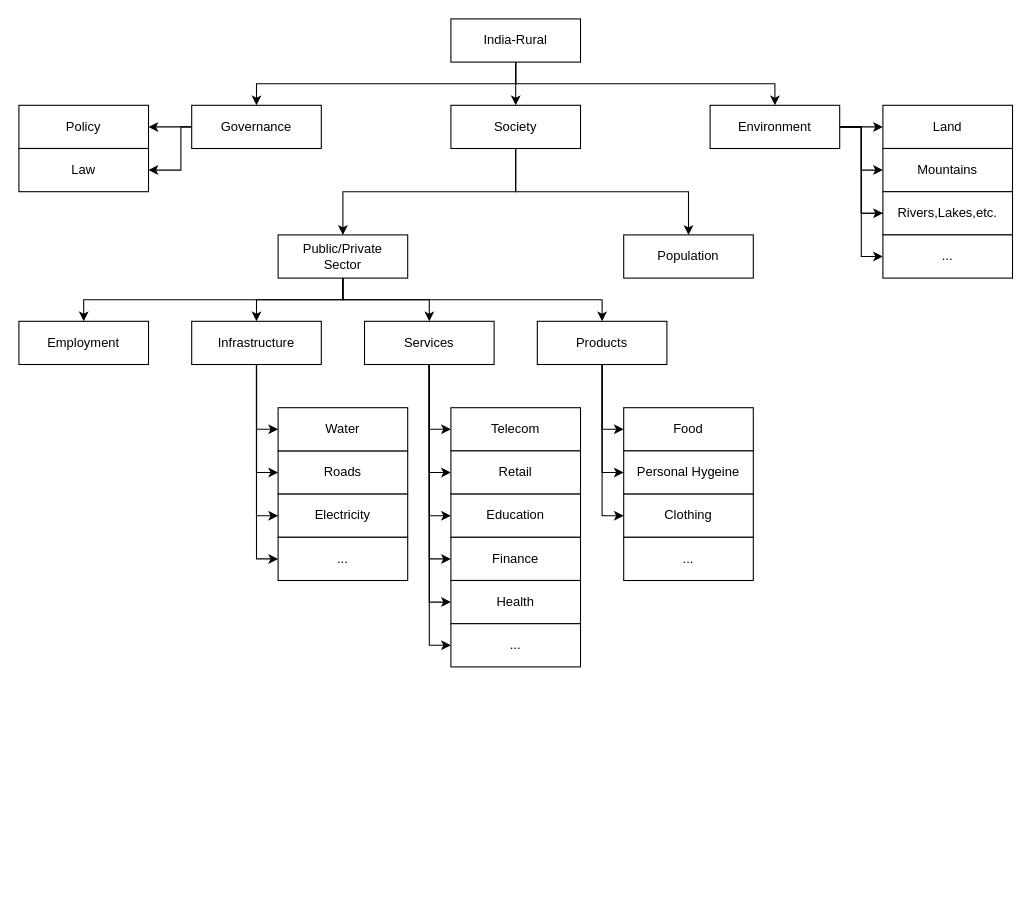
This is page "India-Rural" (3 of 8) of india-lab/india-lab-2021.drawio from akshitsingla/drawio-diagrams, a draw.io file, before an edit. Source tidied: cells renumbered, new cells numbered last; positions are measured from the earlier drawing's top-left corner, leaving out a move shared by most shapes. Both pictures are drawn from the tidied source at 108%, with x=0, y=0 at pixel (18, 18).
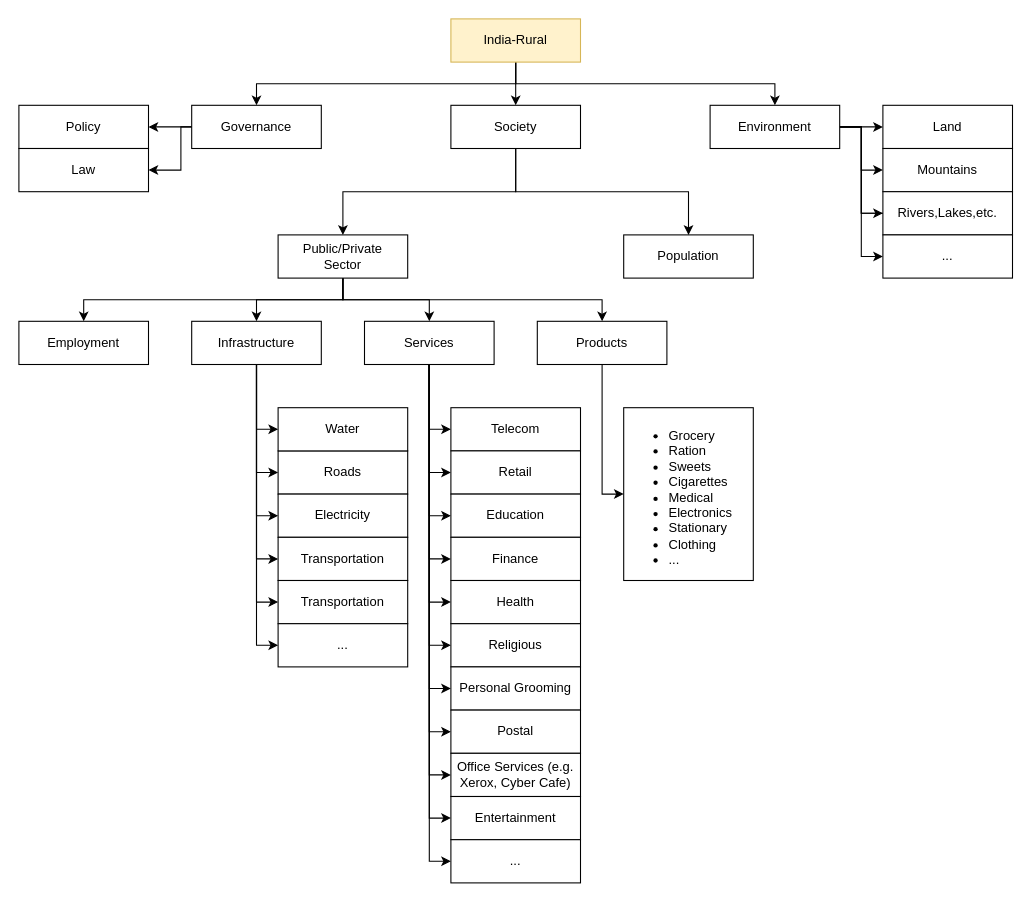
The same page after the edit.

Unchanged cells that the change refers to:
```xml
<mxCell id="34" value="Infrastructure" style="rounded=0;whiteSpace=wrap;html=1;" parent="1" vertex="1">
  <mxGeometry x="160" y="280" width="120" height="40" as="geometry" />
</mxCell>
<mxCell id="41" value="Products" style="rounded=0;whiteSpace=wrap;html=1;" parent="1" vertex="1">
  <mxGeometry x="480" y="280" width="120" height="40" as="geometry" />
</mxCell>
<mxCell id="48" value="Services" style="rounded=0;whiteSpace=wrap;html=1;" parent="1" vertex="1">
  <mxGeometry x="320" y="280" width="120" height="40" as="geometry" />
</mxCell>
```

Diff of the diagram source:
```diff
@@
-    <mxCell id="5" value="India-Rural" style="rounded=0;whiteSpace=wrap;html=1;" parent="1" vertex="1">
+    <mxCell id="5" value="India-Rural" style="rounded=0;whiteSpace=wrap;html=1;fillColor=#fff2cc;strokeColor=#d6b656;" parent="1" vertex="1">
       <mxGeometry x="400" width="120" height="40" as="geometry" />
     </mxCell>
@@
+    <mxCell id="61" style="edgeStyle=orthogonalEdgeStyle;rounded=0;jettySize=auto;html=1;entryX=0;entryY=0.5;entryDx=0;entryDy=0;endArrow=classic;endFill=1;fontColor=#000000;" parent="1" edge="1" source="34" target="72">
+      <mxGeometry relative="1" as="geometry" />
+    </mxCell>
+    <mxCell id="62" style="edgeStyle=orthogonalEdgeStyle;rounded=0;jettySize=auto;html=1;entryX=0;entryY=0.5;entryDx=0;entryDy=0;endArrow=classic;endFill=1;fontColor=#000000;" parent="1" edge="1" source="34" target="75">
+      <mxGeometry relative="1" as="geometry" />
+    </mxCell>
@@
-    <mxCell id="38" style="edgeStyle=orthogonalEdgeStyle;rounded=0;jettySize=auto;html=1;entryX=0;entryY=0.5;entryDx=0;entryDy=0;" parent="1" edge="1" source="41" target="58">
-      <mxGeometry relative="1" as="geometry" />
-    </mxCell>
-    <mxCell id="39" style="edgeStyle=orthogonalEdgeStyle;rounded=0;jettySize=auto;html=1;entryX=0;entryY=0.5;entryDx=0;entryDy=0;" parent="1" edge="1" source="41" target="57">
-      <mxGeometry relative="1" as="geometry" />
-    </mxCell>
-    <mxCell id="40" style="edgeStyle=orthogonalEdgeStyle;rounded=0;jettySize=auto;html=1;entryX=0;entryY=0.5;entryDx=0;entryDy=0;" parent="1" edge="1" source="41" target="56">
-      <mxGeometry relative="1" as="geometry" />
-    </mxCell>
+    <mxCell id="63" style="edgeStyle=orthogonalEdgeStyle;rounded=0;jettySize=auto;html=1;entryX=0;entryY=0.5;entryDx=0;entryDy=0;endArrow=classic;endFill=1;fontColor=#000000;" parent="1" edge="1" source="41" target="59">
+      <mxGeometry relative="1" as="geometry" />
+    </mxCell>
@@
+    <mxCell id="64" style="edgeStyle=orthogonalEdgeStyle;rounded=0;jettySize=auto;html=1;entryX=0;entryY=0.5;entryDx=0;entryDy=0;endArrow=classic;endFill=1;fontColor=#000000;" parent="1" edge="1" source="48" target="69">
+      <mxGeometry relative="1" as="geometry" />
+    </mxCell>
+    <mxCell id="65" style="edgeStyle=orthogonalEdgeStyle;rounded=0;jettySize=auto;html=1;entryX=0;entryY=0.5;entryDx=0;entryDy=0;endArrow=classic;endFill=1;fontColor=#000000;" parent="1" edge="1" source="48" target="70">
+      <mxGeometry relative="1" as="geometry" />
+    </mxCell>
+    <mxCell id="66" style="edgeStyle=orthogonalEdgeStyle;rounded=0;jettySize=auto;html=1;entryX=0;entryY=0.5;entryDx=0;entryDy=0;endArrow=classic;endFill=1;fontColor=#000000;" parent="1" edge="1" source="48" target="74">
+      <mxGeometry relative="1" as="geometry" />
+    </mxCell>
+    <mxCell id="67" style="edgeStyle=orthogonalEdgeStyle;rounded=0;jettySize=auto;html=1;entryX=0;entryY=0.5;entryDx=0;entryDy=0;endArrow=classic;endFill=1;fontColor=#000000;" parent="1" edge="1" source="48" target="73">
+      <mxGeometry relative="1" as="geometry" />
+    </mxCell>
+    <mxCell id="68" style="edgeStyle=orthogonalEdgeStyle;rounded=0;jettySize=auto;html=1;entryX=0;entryY=0.5;entryDx=0;entryDy=0;endArrow=classic;endFill=1;fontColor=#000000;" parent="1" edge="1" source="48" target="71">
+      <mxGeometry relative="1" as="geometry" />
+    </mxCell>
@@
-    <mxCell id="54" value="..." style="rounded=0;whiteSpace=wrap;html=1;" parent="1" vertex="1">
+    <mxCell id="54" value="Religious" style="rounded=0;whiteSpace=wrap;html=1;" parent="1" vertex="1">
       <mxGeometry x="400" y="560" width="120" height="40" as="geometry" />
     </mxCell>
-    <mxCell id="55" value="..." style="rounded=0;whiteSpace=wrap;html=1;" parent="1" vertex="1">
+    <mxCell id="55" value="Transportation" style="rounded=0;whiteSpace=wrap;html=1;" parent="1" vertex="1">
       <mxGeometry x="240" y="480" width="120" height="40" as="geometry" />
     </mxCell>
-    <mxCell id="56" value="Food" style="rounded=0;whiteSpace=wrap;html=1;" parent="1" vertex="1">
-      <mxGeometry x="560" y="360" width="120" height="40" as="geometry" />
-    </mxCell>
-    <mxCell id="57" value="Personal Hygeine" style="rounded=0;whiteSpace=wrap;html=1;" parent="1" vertex="1">
-      <mxGeometry x="560" y="400" width="120" height="40" as="geometry" />
-    </mxCell>
-    <mxCell id="58" value="Clothing" style="rounded=0;whiteSpace=wrap;html=1;" parent="1" vertex="1">
-      <mxGeometry x="560" y="440" width="120" height="40" as="geometry" />
-    </mxCell>
-    <mxCell id="59" value="..." style="rounded=0;whiteSpace=wrap;html=1;" parent="1" vertex="1">
-      <mxGeometry x="560" y="480" width="120" height="40" as="geometry" />
+    <mxCell id="59" value="&lt;div style=&quot;direction: ltr ; border-width: 100%&quot;&gt;&lt;div style=&quot;direction: ltr ; margin-top: 0in ; margin-left: 0in ; width: 2.7465in&quot;&gt;&lt;div style=&quot;direction: ltr ; margin-top: 0in ; margin-left: 0in ; width: 2.7465in&quot;&gt;&lt;ul&gt;&lt;li&gt;Grocery&lt;/li&gt;&lt;li&gt;Ration&lt;/li&gt;&lt;li&gt;Sweets&lt;br&gt;&lt;/li&gt;&lt;li&gt;Cigarettes&lt;/li&gt;&lt;li&gt;Medical&lt;/li&gt;&lt;li&gt;Electronics&lt;br&gt;&lt;/li&gt;&lt;li&gt;Stationary&lt;/li&gt;&lt;li&gt;Clothing&lt;/li&gt;&lt;li&gt;...&lt;/li&gt;&lt;/ul&gt;&lt;/div&gt;&lt;/div&gt;&lt;/div&gt;" style="rounded=0;whiteSpace=wrap;html=1;align=left;labelBackgroundColor=none;verticalAlign=top;" parent="1" vertex="1">
+      <mxGeometry x="560" y="360" width="120" height="160" as="geometry" />
     </mxCell>
@@
+    <mxCell id="69" value="Personal Grooming" style="rounded=0;whiteSpace=wrap;html=1;" parent="1" vertex="1">
+      <mxGeometry x="400" y="600" width="120" height="40" as="geometry" />
+    </mxCell>
+    <mxCell id="70" value="Postal" style="rounded=0;whiteSpace=wrap;html=1;" parent="1" vertex="1">
+      <mxGeometry x="400" y="640" width="120" height="40" as="geometry" />
+    </mxCell>
+    <mxCell id="71" value="Office Services (e.g. Xerox, Cyber Cafe)" style="rounded=0;whiteSpace=wrap;html=1;" parent="1" vertex="1">
+      <mxGeometry x="400" y="680" width="120" height="40" as="geometry" />
+    </mxCell>
+    <mxCell id="72" value="Transportation" style="rounded=0;whiteSpace=wrap;html=1;" parent="1" vertex="1">
+      <mxGeometry x="240" y="520" width="120" height="40" as="geometry" />
+    </mxCell>
+    <mxCell id="73" value="Entertainment" style="rounded=0;whiteSpace=wrap;html=1;" parent="1" vertex="1">
+      <mxGeometry x="400" y="720" width="120" height="40" as="geometry" />
+    </mxCell>
+    <mxCell id="74" value="..." style="rounded=0;whiteSpace=wrap;html=1;" parent="1" vertex="1">
+      <mxGeometry x="400" y="760" width="120" height="40" as="geometry" />
+    </mxCell>
+    <mxCell id="75" value="..." style="rounded=0;whiteSpace=wrap;html=1;" parent="1" vertex="1">
+      <mxGeometry x="240" y="560" width="120" height="40" as="geometry" />
+    </mxCell>
```
